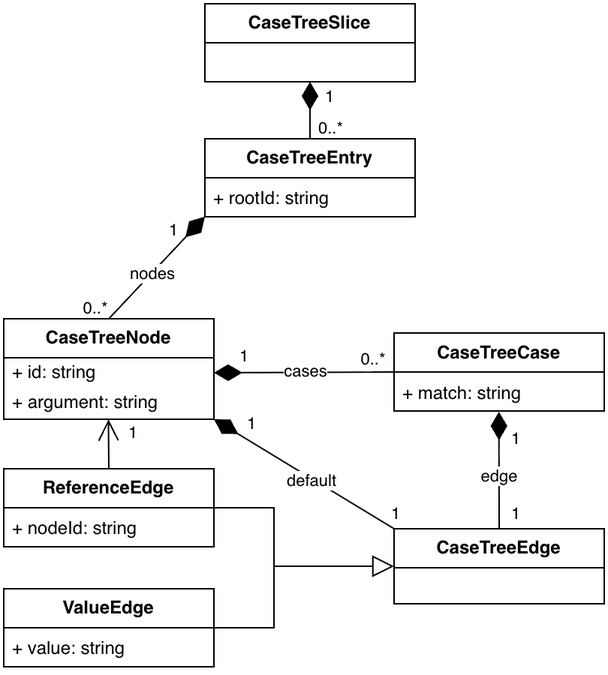
marcsek/bachelor_thesis keeps this draw.io diagram as source/images/tree-diagram.png. Above is the earlier version. Source tidied: cells renumbered, new cells last; positions are measured from the earlier drawing's top-left corner, leaving out a move shared by most shapes.
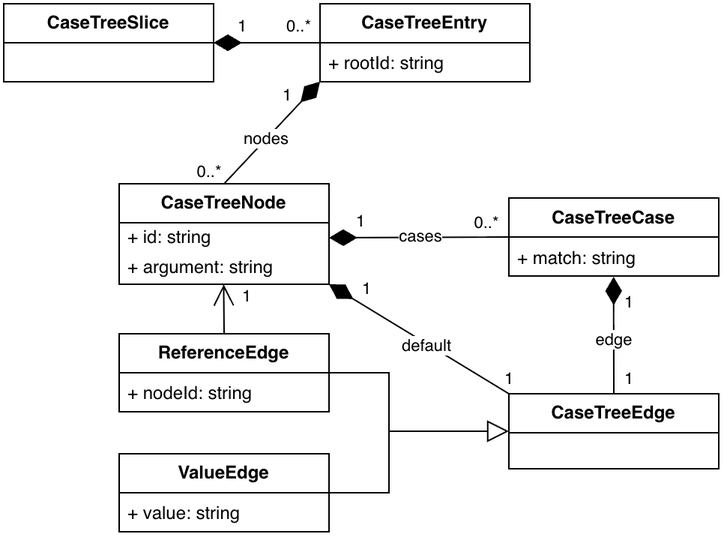
After the commit.

Diff of the diagram source:
```diff
@@ -2,9 +2,6 @@
   <root>
     <mxCell id="0" />
     <mxCell id="1" parent="0" />
-    <mxCell id="2" value="&lt;b&gt;CaseTreeSlice&lt;/b&gt;" style="swimlane;fontStyle=0;horizontal=1;startSize=26;fillColor=none;whiteSpace=wrap;html=1;" parent="1" vertex="1">
-      <mxGeometry x="134" width="140" height="52" as="geometry" />
-    </mxCell>
     <mxCell id="3" value="&lt;b&gt;CaseTreeNode&lt;/b&gt;" style="swimlane;fontStyle=0;horizontal=1;startSize=26;fillColor=none;whiteSpace=wrap;html=1;" parent="1" vertex="1">
       <mxGeometry y="210" width="140" height="67" as="geometry" />
     </mxCell>
@@ -20,9 +17,6 @@
     <mxCell id="7" value="+ rootId: string" style="text;strokeColor=none;fillColor=none;align=left;verticalAlign=top;spacingLeft=4;spacingRight=4;overflow=hidden;points=[[0,0.5],[1,0.5]];portConstraint=eastwest;whiteSpace=wrap;html=1;" parent="6" vertex="1">
       <mxGeometry y="26" width="140" height="26" as="geometry" />
     </mxCell>
-    <mxCell id="8" style="endArrow=diamondThin;endFill=1;endSize=16;html=1;rounded=0;exitX=0.5;exitY=0;exitDx=0;exitDy=0;entryX=0.5;entryY=1;entryDx=0;entryDy=0;" parent="1" edge="1" source="6" target="2">
-      <mxGeometry relative="1" as="geometry" />
-    </mxCell>
     <mxCell id="9" value="&lt;b&gt;ReferenceEdge&lt;/b&gt;" style="swimlane;fontStyle=0;horizontal=1;startSize=26;fillColor=none;whiteSpace=wrap;html=1;" parent="1" vertex="1">
       <mxGeometry y="310" width="140" height="52" as="geometry" />
     </mxCell>
@@ -112,10 +106,10 @@
       </mxGeometry>
     </mxCell>
     <mxCell id="30" value="&lt;span style=&quot;color: rgb(0, 0, 0); font-family: Helvetica; font-size: 11px; font-style: normal; font-variant-ligatures: normal; font-variant-caps: normal; font-weight: 400; letter-spacing: normal; orphans: 2; text-align: center; text-indent: 0px; text-transform: none; widows: 2; word-spacing: 0px; -webkit-text-stroke-width: 0px; white-space: nowrap; background-color: rgb(255, 255, 255); text-decoration-thickness: initial; text-decoration-style: initial; text-decoration-color: initial; display: inline !important; float: none;&quot;&gt;0..*&lt;/span&gt;" style="text;whiteSpace=wrap;html=1;" parent="1" vertex="1">
-      <mxGeometry x="208" y="69" width="50" height="40" as="geometry" />
+      <mxGeometry x="110" y="91" width="50" height="40" as="geometry" />
     </mxCell>
     <mxCell id="31" value="1" style="edgeLabel;html=1;align=center;verticalAlign=middle;" parent="1" vertex="1">
-      <mxGeometry x="116" y="110" as="geometry">
+      <mxGeometry x="-18" y="154" as="geometry">
         <mxPoint x="100" y="-49" as="offset" />
       </mxGeometry>
     </mxCell>
@@ -150,5 +144,13 @@
         <mxPoint x="10" y="120" as="offset" />
       </mxGeometry>
     </mxCell>
+    <mxCell id="2" value="&lt;b&gt;CaseTreeSlice&lt;/b&gt;" style="swimlane;fontStyle=0;horizontal=1;startSize=26;fillColor=none;whiteSpace=wrap;html=1;" parent="1" vertex="1">
+      <mxGeometry x="-77" y="90" width="140" height="52" as="geometry" />
+    </mxCell>
+    <mxCell id="38" style="endArrow=diamondThin;endFill=1;endSize=16;html=1;rounded=0;exitX=0;exitY=0.5;exitDx=0;exitDy=0;entryX=1;entryY=0.5;entryDx=0;entryDy=0;" parent="1" edge="1" target="2">
+      <mxGeometry relative="1" as="geometry">
+        <mxPoint x="134" y="116" as="sourcePoint" />
+      </mxGeometry>
+    </mxCell>
   </root>
 </mxGraphModel>
```
